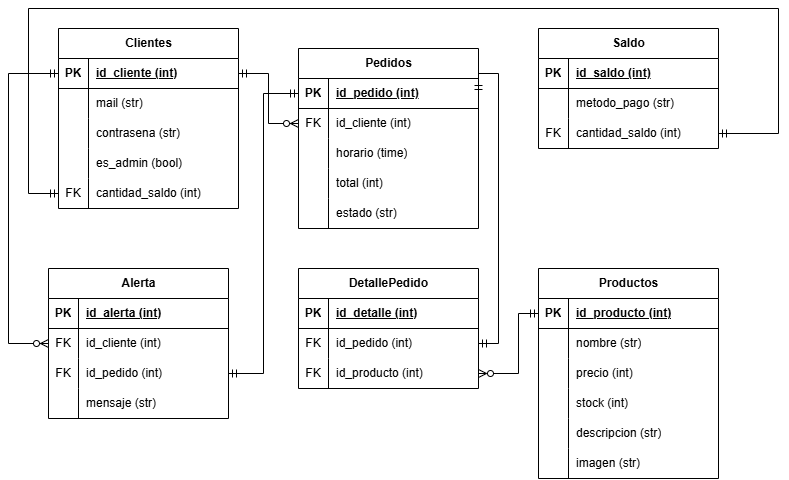
This is Docs/DerTPF.png from PioIX/2026-TPF-G17, a draw.io export, as it was before one commit. Source tidied: cells renumbered, new cells last; positions are measured from the earlier drawing's top-left corner, leaving out a move shared by most shapes.
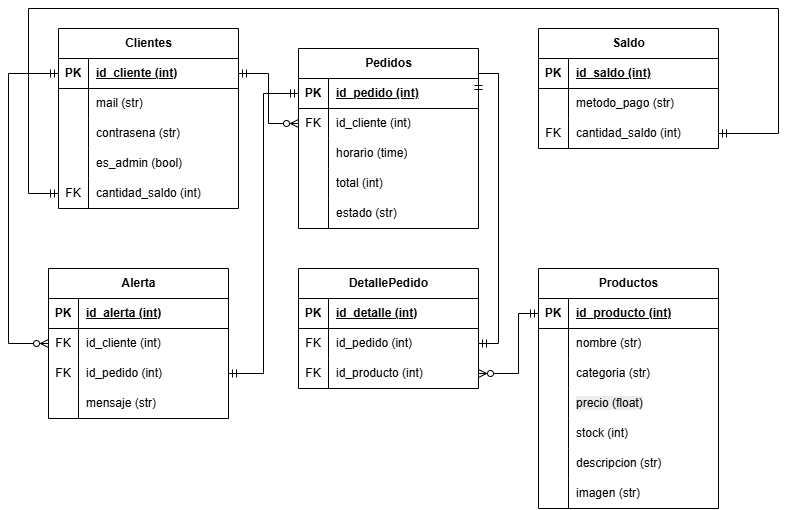
The same file after the commit.

Change to the diagram source:
```diff
@@ -51,7 +51,7 @@
       <mxGeometry x="30" width="150" height="30" as="geometry" />
     </mxCell>
     <mxCell id="18" value="Productos" style="shape=table;startSize=30;rowLines=0;fontStyle=1;align=center;html=1;" parent="1" vertex="1">
-      <mxGeometry x="530" y="260" width="180" height="210" as="geometry" />
+      <mxGeometry x="530" y="260" width="180" height="240" as="geometry" />
     </mxCell>
     <mxCell id="19" style="shape=tableRow;horizontal=0;startSize=0;swimlaneHead=0;swimlaneBody=0;fillColor=none;points=[[0,0.5],[1,0.5]];portConstraint=eastwest;top=0;left=0;right=0;bottom=1;" parent="18" vertex="1">
       <mxGeometry y="30" width="180" height="30" as="geometry" />
@@ -77,7 +77,7 @@
     <mxCell id="26" style="shape=partialRectangle;fillColor=none;top=0;left=0;bottom=0;right=0;overflow=hidden;whiteSpace=wrap;html=1;" parent="25" vertex="1">
       <mxGeometry width="30" height="30" as="geometry" />
     </mxCell>
-    <mxCell id="27" value="precio (int)" style="shape=partialRectangle;fillColor=none;top=0;left=0;bottom=0;right=0;align=left;spacingLeft=6;overflow=hidden;whiteSpace=wrap;html=1;" parent="25" vertex="1">
+    <mxCell id="27" value="categoria (str)" style="shape=partialRectangle;fillColor=none;top=0;left=0;bottom=0;right=0;align=left;spacingLeft=6;overflow=hidden;whiteSpace=wrap;html=1;" parent="25" vertex="1">
       <mxGeometry x="30" width="150" height="30" as="geometry" />
     </mxCell>
     <mxCell id="28" style="shape=tableRow;horizontal=0;startSize=0;swimlaneHead=0;swimlaneBody=0;fillColor=none;top=0;left=0;right=0;bottom=0;" parent="18" vertex="1">
@@ -86,7 +86,7 @@
     <mxCell id="29" style="shape=partialRectangle;fillColor=none;top=0;left=0;bottom=0;right=0;overflow=hidden;whiteSpace=wrap;html=1;" parent="28" vertex="1">
       <mxGeometry width="30" height="30" as="geometry" />
     </mxCell>
-    <mxCell id="30" value="stock (int)" style="shape=partialRectangle;fillColor=none;top=0;left=0;bottom=0;right=0;align=left;spacingLeft=6;overflow=hidden;whiteSpace=wrap;html=1;" parent="28" vertex="1">
+    <mxCell id="30" value="&lt;span style=&quot;color: rgb(0, 0, 0); font-family: Helvetica; font-size: 12px; font-style: normal; font-variant-ligatures: normal; font-variant-caps: normal; font-weight: 400; letter-spacing: normal; orphans: 2; text-align: left; text-indent: 0px; text-transform: none; widows: 2; word-spacing: 0px; -webkit-text-stroke-width: 0px; white-space: normal; background-color: rgb(236, 236, 236); text-decoration-thickness: initial; text-decoration-style: initial; text-decoration-color: initial; float: none; display: inline !important;&quot;&gt;precio (float)&lt;/span&gt;" style="shape=partialRectangle;fillColor=none;top=0;left=0;bottom=0;right=0;align=left;spacingLeft=6;overflow=hidden;whiteSpace=wrap;html=1;" parent="28" vertex="1">
       <mxGeometry x="30" width="150" height="30" as="geometry" />
     </mxCell>
     <mxCell id="31" style="shape=tableRow;horizontal=0;startSize=0;swimlaneHead=0;swimlaneBody=0;fillColor=none;top=0;left=0;right=0;bottom=0;" parent="18" vertex="1">
@@ -95,7 +95,7 @@
     <mxCell id="32" style="shape=partialRectangle;fillColor=none;top=0;left=0;bottom=0;right=0;overflow=hidden;whiteSpace=wrap;html=1;" parent="31" vertex="1">
       <mxGeometry width="30" height="30" as="geometry" />
     </mxCell>
-    <mxCell id="33" value="descripcion (str)" style="shape=partialRectangle;fillColor=none;top=0;left=0;bottom=0;right=0;align=left;spacingLeft=6;overflow=hidden;whiteSpace=wrap;html=1;" parent="31" vertex="1">
+    <mxCell id="33" value="stock (int)" style="shape=partialRectangle;fillColor=none;top=0;left=0;bottom=0;right=0;align=left;spacingLeft=6;overflow=hidden;whiteSpace=wrap;html=1;" parent="31" vertex="1">
       <mxGeometry x="30" width="150" height="30" as="geometry" />
     </mxCell>
     <mxCell id="34" style="shape=tableRow;horizontal=0;startSize=0;swimlaneHead=0;swimlaneBody=0;fillColor=none;top=0;left=0;right=0;bottom=0;" parent="18" vertex="1">
@@ -104,9 +104,18 @@
     <mxCell id="35" style="shape=partialRectangle;fillColor=none;top=0;left=0;bottom=0;right=0;overflow=hidden;whiteSpace=wrap;html=1;" parent="34" vertex="1">
       <mxGeometry width="30" height="30" as="geometry" />
     </mxCell>
-    <mxCell id="36" value="imagen (str)" style="shape=partialRectangle;fillColor=none;top=0;left=0;bottom=0;right=0;align=left;spacingLeft=6;overflow=hidden;whiteSpace=wrap;html=1;" parent="34" vertex="1">
+    <mxCell id="36" value="descripcion (str)" style="shape=partialRectangle;fillColor=none;top=0;left=0;bottom=0;right=0;align=left;spacingLeft=6;overflow=hidden;whiteSpace=wrap;html=1;" parent="34" vertex="1">
       <mxGeometry x="30" width="150" height="30" as="geometry" />
     </mxCell>
+    <mxCell id="92" style="shape=tableRow;horizontal=0;startSize=0;swimlaneHead=0;swimlaneBody=0;fillColor=none;top=0;left=0;right=0;bottom=0;" parent="18" vertex="1">
+      <mxGeometry y="210" width="180" height="30" as="geometry" />
+    </mxCell>
+    <mxCell id="93" style="shape=partialRectangle;fillColor=none;top=0;left=0;bottom=0;right=0;overflow=hidden;whiteSpace=wrap;html=1;" parent="92" vertex="1">
+      <mxGeometry width="30" height="30" as="geometry" />
+    </mxCell>
+    <mxCell id="94" value="imagen (str)" style="shape=partialRectangle;fillColor=none;top=0;left=0;bottom=0;right=0;align=left;spacingLeft=6;overflow=hidden;whiteSpace=wrap;html=1;" parent="92" vertex="1">
+      <mxGeometry x="30" width="150" height="30" as="geometry" />
+    </mxCell>
     <mxCell id="37" value="Pedidos" style="shape=table;startSize=30;rowLines=0;fontStyle=1;align=center;html=1;" parent="1" vertex="1">
       <mxGeometry x="290" y="40" width="180" height="180" as="geometry" />
     </mxCell>
```
